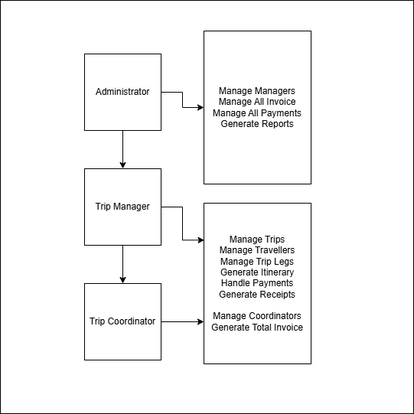
Above: diagrams/Use_Case_Diagram.png in FrankenSama/COM714-Travel-Managment-System-Assignment (draw.io), before the change. Source tidied: cells renumbered, new cells last; positions are measured from the earlier drawing's top-left corner, leaving out a move shared by most shapes.
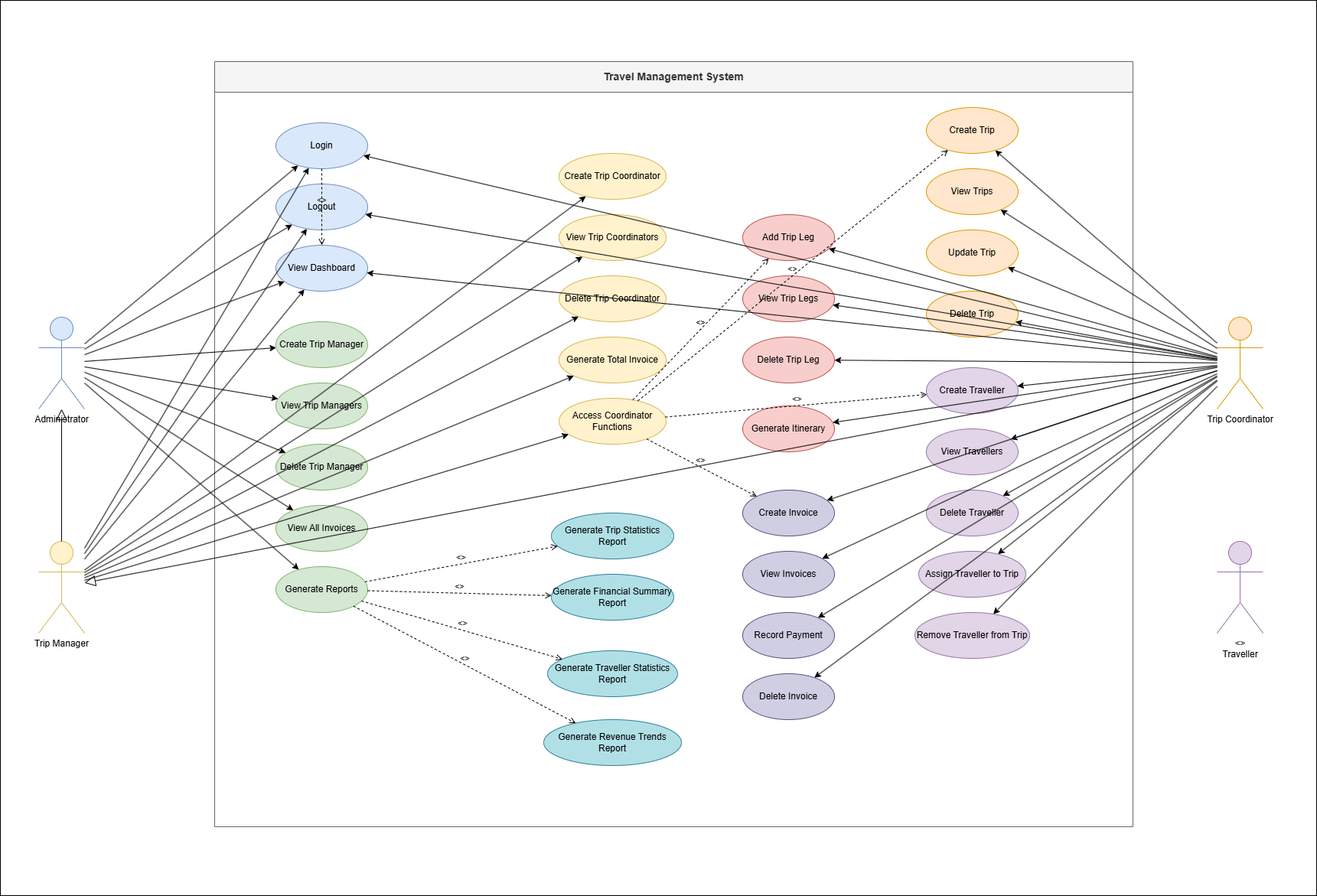
Above is the later version.

What changed in the source:
```diff
@@ -2,40 +2,266 @@
   <root>
     <mxCell id="0" />
     <mxCell id="1" parent="0" />
-    <mxCell id="2" style="whiteSpace=wrap;html=1;" parent="1" vertex="1">
-      <mxGeometry width="540" height="540" as="geometry" />
-    </mxCell>
-    <mxCell id="3" style="edgeStyle=orthogonalEdgeStyle;rounded=0;jettySize=auto;html=1;" parent="1" edge="1" source="4">
-      <mxGeometry relative="1" as="geometry">
-        <mxPoint x="266" y="420" as="targetPoint" />
-      </mxGeometry>
-    </mxCell>
+    <mxCell id="13" style="rounded=0;whiteSpace=wrap;html=1;" parent="1" vertex="1">
+      <mxGeometry x="146" y="110" width="1720" height="1170" as="geometry" />
+    </mxCell>
+    <mxCell id="14" value="Travel Management System" style="swimlane;whiteSpace=wrap;html=1;fillColor=#f5f5f5;strokeColor=#666666;fontColor=#333333;fontSize=14;fontStyle=1;startSize=40;" parent="1" vertex="1">
+      <mxGeometry x="426" y="190" width="1200" height="1000" as="geometry" />
+    </mxCell>
+    <mxCell id="15" value="Login" style="ellipse;whiteSpace=wrap;html=1;fillColor=#dae8fc;strokeColor=#6c8ebf;" parent="14" vertex="1">
+      <mxGeometry x="80" y="80" width="120" height="60" as="geometry" />
+    </mxCell>
+    <mxCell id="16" value="Logout" style="ellipse;whiteSpace=wrap;html=1;fillColor=#dae8fc;strokeColor=#6c8ebf;" parent="14" vertex="1">
+      <mxGeometry x="80" y="160" width="120" height="60" as="geometry" />
+    </mxCell>
+    <mxCell id="17" value="View Dashboard" style="ellipse;whiteSpace=wrap;html=1;fillColor=#dae8fc;strokeColor=#6c8ebf;" parent="14" vertex="1">
+      <mxGeometry x="80" y="240" width="120" height="60" as="geometry" />
+    </mxCell>
+    <mxCell id="18" value="Create Trip Manager" style="ellipse;whiteSpace=wrap;html=1;fillColor=#d5e8d4;strokeColor=#82b366;" parent="14" vertex="1">
+      <mxGeometry x="80" y="340" width="120" height="60" as="geometry" />
+    </mxCell>
+    <mxCell id="19" value="View Trip Managers" style="ellipse;whiteSpace=wrap;html=1;fillColor=#d5e8d4;strokeColor=#82b366;" parent="14" vertex="1">
+      <mxGeometry x="80" y="420" width="120" height="60" as="geometry" />
+    </mxCell>
+    <mxCell id="20" value="Delete Trip Manager" style="ellipse;whiteSpace=wrap;html=1;fillColor=#d5e8d4;strokeColor=#82b366;" parent="14" vertex="1">
+      <mxGeometry x="80" y="500" width="120" height="60" as="geometry" />
+    </mxCell>
+    <mxCell id="21" value="View All Invoices" style="ellipse;whiteSpace=wrap;html=1;fillColor=#d5e8d4;strokeColor=#82b366;" parent="14" vertex="1">
+      <mxGeometry x="80" y="580" width="120" height="60" as="geometry" />
+    </mxCell>
+    <mxCell id="22" value="Generate Reports" style="ellipse;whiteSpace=wrap;html=1;fillColor=#d5e8d4;strokeColor=#82b366;" parent="14" vertex="1">
+      <mxGeometry x="80" y="660" width="120" height="60" as="geometry" />
+    </mxCell>
+    <mxCell id="23" value="Create Trip Coordinator" style="ellipse;whiteSpace=wrap;html=1;fillColor=#fff2cc;strokeColor=#d6b656;" parent="14" vertex="1">
+      <mxGeometry x="450" y="120" width="140" height="60" as="geometry" />
+    </mxCell>
+    <mxCell id="24" value="View Trip Coordinators" style="ellipse;whiteSpace=wrap;html=1;fillColor=#fff2cc;strokeColor=#d6b656;" parent="14" vertex="1">
+      <mxGeometry x="450" y="200" width="140" height="60" as="geometry" />
+    </mxCell>
+    <mxCell id="25" value="Delete Trip Coordinator" style="ellipse;whiteSpace=wrap;html=1;fillColor=#fff2cc;strokeColor=#d6b656;" parent="14" vertex="1">
+      <mxGeometry x="450" y="280" width="140" height="60" as="geometry" />
+    </mxCell>
+    <mxCell id="26" value="Generate Total Invoice" style="ellipse;whiteSpace=wrap;html=1;fillColor=#fff2cc;strokeColor=#d6b656;" parent="14" vertex="1">
+      <mxGeometry x="450" y="360" width="140" height="60" as="geometry" />
+    </mxCell>
+    <mxCell id="27" value="Access Coordinator Functions" style="ellipse;whiteSpace=wrap;html=1;fillColor=#fff2cc;strokeColor=#d6b656;" parent="14" vertex="1">
+      <mxGeometry x="450" y="440" width="140" height="60" as="geometry" />
+    </mxCell>
+    <mxCell id="28" value="Create Trip" style="ellipse;whiteSpace=wrap;html=1;fillColor=#ffe6cc;strokeColor=#d79b00;" parent="14" vertex="1">
+      <mxGeometry x="930" y="60" width="120" height="60" as="geometry" />
+    </mxCell>
+    <mxCell id="29" value="View Trips" style="ellipse;whiteSpace=wrap;html=1;fillColor=#ffe6cc;strokeColor=#d79b00;" parent="14" vertex="1">
+      <mxGeometry x="930" y="140" width="120" height="60" as="geometry" />
+    </mxCell>
+    <mxCell id="30" value="Update Trip" style="ellipse;whiteSpace=wrap;html=1;fillColor=#ffe6cc;strokeColor=#d79b00;" parent="14" vertex="1">
+      <mxGeometry x="930" y="220" width="120" height="60" as="geometry" />
+    </mxCell>
+    <mxCell id="31" value="Delete Trip" style="ellipse;whiteSpace=wrap;html=1;fillColor=#ffe6cc;strokeColor=#d79b00;" parent="14" vertex="1">
+      <mxGeometry x="930" y="300" width="120" height="60" as="geometry" />
+    </mxCell>
+    <mxCell id="32" value="Create Traveller" style="ellipse;whiteSpace=wrap;html=1;fillColor=#e1d5e7;strokeColor=#9673a6;" parent="14" vertex="1">
+      <mxGeometry x="930" y="400" width="120" height="60" as="geometry" />
+    </mxCell>
+    <mxCell id="33" value="View Travellers" style="ellipse;whiteSpace=wrap;html=1;fillColor=#e1d5e7;strokeColor=#9673a6;" parent="14" vertex="1">
+      <mxGeometry x="930" y="480" width="120" height="60" as="geometry" />
+    </mxCell>
+    <mxCell id="34" value="Delete Traveller" style="ellipse;whiteSpace=wrap;html=1;fillColor=#e1d5e7;strokeColor=#9673a6;" parent="14" vertex="1">
+      <mxGeometry x="930" y="560" width="120" height="60" as="geometry" />
+    </mxCell>
+    <mxCell id="35" value="Assign Traveller to Trip" style="ellipse;whiteSpace=wrap;html=1;fillColor=#e1d5e7;strokeColor=#9673a6;" parent="14" vertex="1">
+      <mxGeometry x="920" y="640" width="140" height="60" as="geometry" />
+    </mxCell>
+    <mxCell id="36" value="Remove Traveller from Trip" style="ellipse;whiteSpace=wrap;html=1;fillColor=#e1d5e7;strokeColor=#9673a6;" parent="14" vertex="1">
+      <mxGeometry x="915" y="720" width="150" height="60" as="geometry" />
+    </mxCell>
+    <mxCell id="37" value="Add Trip Leg" style="ellipse;whiteSpace=wrap;html=1;fillColor=#f8cecc;strokeColor=#b85450;" parent="14" vertex="1">
+      <mxGeometry x="690" y="200" width="120" height="60" as="geometry" />
+    </mxCell>
+    <mxCell id="38" value="View Trip Legs" style="ellipse;whiteSpace=wrap;html=1;fillColor=#f8cecc;strokeColor=#b85450;" parent="14" vertex="1">
+      <mxGeometry x="690" y="280" width="120" height="60" as="geometry" />
+    </mxCell>
+    <mxCell id="39" value="Delete Trip Leg" style="ellipse;whiteSpace=wrap;html=1;fillColor=#f8cecc;strokeColor=#b85450;" parent="14" vertex="1">
+      <mxGeometry x="690" y="360" width="120" height="60" as="geometry" />
+    </mxCell>
+    <mxCell id="40" value="Generate Itinerary" style="ellipse;whiteSpace=wrap;html=1;fillColor=#f8cecc;strokeColor=#b85450;" parent="14" vertex="1">
+      <mxGeometry x="690" y="450" width="120" height="60" as="geometry" />
+    </mxCell>
+    <mxCell id="41" value="Create Invoice" style="ellipse;whiteSpace=wrap;html=1;fillColor=#d0cee2;strokeColor=#56517e;" parent="14" vertex="1">
+      <mxGeometry x="690" y="560" width="120" height="60" as="geometry" />
+    </mxCell>
+    <mxCell id="42" value="View Invoices" style="ellipse;whiteSpace=wrap;html=1;fillColor=#d0cee2;strokeColor=#56517e;" parent="14" vertex="1">
+      <mxGeometry x="690" y="640" width="120" height="60" as="geometry" />
+    </mxCell>
+    <mxCell id="43" value="Record Payment" style="ellipse;whiteSpace=wrap;html=1;fillColor=#d0cee2;strokeColor=#56517e;" parent="14" vertex="1">
+      <mxGeometry x="690" y="720" width="120" height="60" as="geometry" />
+    </mxCell>
+    <mxCell id="44" value="Delete Invoice" style="ellipse;whiteSpace=wrap;html=1;fillColor=#d0cee2;strokeColor=#56517e;" parent="14" vertex="1">
+      <mxGeometry x="690" y="800" width="120" height="60" as="geometry" />
+    </mxCell>
+    <mxCell id="45" value="Generate Trip Statistics Report" style="ellipse;whiteSpace=wrap;html=1;fillColor=#b0e0e6;strokeColor=#2e7d9a;" parent="14" vertex="1">
+      <mxGeometry x="440" y="590" width="160" height="60" as="geometry" />
+    </mxCell>
+    <mxCell id="46" value="Generate Financial Summary Report" style="ellipse;whiteSpace=wrap;html=1;fillColor=#b0e0e6;strokeColor=#2e7d9a;" parent="14" vertex="1">
+      <mxGeometry x="440" y="670" width="160" height="60" as="geometry" />
+    </mxCell>
+    <mxCell id="47" value="Generate Traveller Statistics Report" style="ellipse;whiteSpace=wrap;html=1;fillColor=#b0e0e6;strokeColor=#2e7d9a;" parent="14" vertex="1">
+      <mxGeometry x="435" y="770" width="170" height="60" as="geometry" />
+    </mxCell>
+    <mxCell id="48" value="Generate Revenue Trends Report" style="ellipse;whiteSpace=wrap;html=1;fillColor=#b0e0e6;strokeColor=#2e7d9a;" parent="14" vertex="1">
+      <mxGeometry x="430" y="860" width="180" height="60" as="geometry" />
+    </mxCell>
+    <mxCell id="10" value="Administrator" style="shape=umlActor;verticalLabelPosition=bottom;verticalAlign=top;html=1;outlineConnect=0;fillColor=#dae8fc;strokeColor=#6c8ebf;" parent="1" vertex="1">
+      <mxGeometry x="196" y="524" width="60" height="120" as="geometry" />
+    </mxCell>
+    <mxCell id="7" value="Trip Manager" style="shape=umlActor;verticalLabelPosition=bottom;verticalAlign=top;html=1;outlineConnect=0;fillColor=#fff2cc;strokeColor=#d6b656;" parent="1" vertex="1">
+      <mxGeometry x="196" y="817" width="60" height="120" as="geometry" />
+    </mxCell>
-    <mxCell id="4" value="Trip Coordinator" style="whiteSpace=wrap;html=1;" parent="1" vertex="1">
-      <mxGeometry x="110" y="370" width="100" height="100" as="geometry" />
+    <mxCell id="4" value="Trip Coordinator" style="shape=umlActor;verticalLabelPosition=bottom;verticalAlign=top;html=1;outlineConnect=0;fillColor=#ffe6cc;strokeColor=#d79b00;" parent="1" vertex="1">
+      <mxGeometry x="1736" y="524" width="60" height="120" as="geometry" />
     </mxCell>
-    <mxCell id="5" style="edgeStyle=orthogonalEdgeStyle;rounded=0;jettySize=auto;html=1;entryX=0.004;entryY=0.23;entryDx=0;entryDy=0;entryPerimeter=0;" parent="1" edge="1" source="7" target="12">
-      <mxGeometry relative="1" as="geometry" />
-    </mxCell>
-    <mxCell id="6" style="edgeStyle=orthogonalEdgeStyle;rounded=0;jettySize=auto;html=1;" parent="1" edge="1" source="7" target="4">
-      <mxGeometry relative="1" as="geometry" />
-    </mxCell>
-    <mxCell id="7" value="Trip Manager" style="whiteSpace=wrap;html=1;" parent="1" vertex="1">
-      <mxGeometry x="110" y="220" width="100" height="100" as="geometry" />
-    </mxCell>
-    <mxCell id="8" style="edgeStyle=orthogonalEdgeStyle;rounded=0;jettySize=auto;html=1;" parent="1" edge="1" source="10" target="11">
-      <mxGeometry relative="1" as="geometry" />
-    </mxCell>
-    <mxCell id="9" style="edgeStyle=orthogonalEdgeStyle;rounded=0;jettySize=auto;html=1;" parent="1" edge="1" source="10" target="7">
-      <mxGeometry relative="1" as="geometry" />
-    </mxCell>
-    <mxCell id="10" value="Administrator" style="whiteSpace=wrap;html=1;" parent="1" vertex="1">
-      <mxGeometry x="110" y="70" width="100" height="100" as="geometry" />
-    </mxCell>
-    <mxCell id="11" value="Manage Managers&lt;div&gt;Manage All Invoice&lt;/div&gt;&lt;div&gt;Manage All Payments&lt;/div&gt;&lt;div&gt;Generate Reports&lt;/div&gt;" style="whiteSpace=wrap;html=1;" parent="1" vertex="1">
-      <mxGeometry x="266" y="40" width="140" height="200" as="geometry" />
-    </mxCell>
-    <mxCell id="12" value="Manage Trips&lt;div&gt;Manage Travellers&lt;/div&gt;&lt;div&gt;Manage Trip Legs&lt;/div&gt;&lt;div&gt;Generate Itinerary&lt;/div&gt;&lt;div&gt;Handle Payments&lt;/div&gt;&lt;div&gt;Generate Receipts&lt;/div&gt;&lt;div&gt;&lt;br&gt;&lt;/div&gt;&lt;div&gt;Manage Coordinators&lt;/div&gt;&lt;div&gt;Generate Total Invoice&lt;/div&gt;" style="whiteSpace=wrap;html=1;" parent="1" vertex="1">
-      <mxGeometry x="266" y="265" width="140" height="210" as="geometry" />
-    </mxCell>
+    <mxCell id="49" value="&lt;&lt;Secondary&gt;&gt;&#10;Traveller" style="shape=umlActor;verticalLabelPosition=bottom;verticalAlign=top;html=1;fillColor=#e1d5e7;strokeColor=#9673a6;" parent="1" vertex="1">
+      <mxGeometry x="1736" y="817" width="60" height="120" as="geometry" />
+    </mxCell>
+    <mxCell id="50" parent="1" edge="1" source="10" target="15">
+      <mxGeometry relative="1" as="geometry" />
+    </mxCell>
+    <mxCell id="51" parent="1" edge="1" source="10" target="16">
+      <mxGeometry relative="1" as="geometry" />
+    </mxCell>
+    <mxCell id="52" parent="1" edge="1" source="10" target="17">
+      <mxGeometry relative="1" as="geometry" />
+    </mxCell>
+    <mxCell id="53" parent="1" edge="1" source="10" target="18">
+      <mxGeometry relative="1" as="geometry" />
+    </mxCell>
+    <mxCell id="54" parent="1" edge="1" source="10" target="19">
+      <mxGeometry relative="1" as="geometry" />
+    </mxCell>
+    <mxCell id="55" parent="1" edge="1" source="10" target="20">
+      <mxGeometry relative="1" as="geometry" />
+    </mxCell>
+    <mxCell id="56" parent="1" edge="1" source="10" target="21">
+      <mxGeometry relative="1" as="geometry" />
+    </mxCell>
+    <mxCell id="57" parent="1" edge="1" source="10" target="22">
+      <mxGeometry relative="1" as="geometry" />
+    </mxCell>
+    <mxCell id="58" parent="1" edge="1" source="7" target="15">
+      <mxGeometry relative="1" as="geometry" />
+    </mxCell>
+    <mxCell id="59" parent="1" edge="1" source="7" target="16">
+      <mxGeometry relative="1" as="geometry" />
+    </mxCell>
+    <mxCell id="60" parent="1" edge="1" source="7" target="17">
+      <mxGeometry relative="1" as="geometry" />
+    </mxCell>
+    <mxCell id="61" parent="1" edge="1" source="7" target="23">
+      <mxGeometry relative="1" as="geometry" />
+    </mxCell>
+    <mxCell id="62" parent="1" edge="1" source="7" target="24">
+      <mxGeometry relative="1" as="geometry" />
+    </mxCell>
+    <mxCell id="63" parent="1" edge="1" source="7" target="25">
+      <mxGeometry relative="1" as="geometry" />
+    </mxCell>
+    <mxCell id="64" parent="1" edge="1" source="7" target="26">
+      <mxGeometry relative="1" as="geometry" />
+    </mxCell>
+    <mxCell id="65" parent="1" edge="1" source="7" target="27">
+      <mxGeometry relative="1" as="geometry" />
+    </mxCell>
+    <mxCell id="66" parent="1" edge="1" source="4" target="15">
+      <mxGeometry relative="1" as="geometry" />
+    </mxCell>
+    <mxCell id="67" parent="1" edge="1" source="4" target="16">
+      <mxGeometry relative="1" as="geometry" />
+    </mxCell>
+    <mxCell id="68" parent="1" edge="1" source="4" target="17">
+      <mxGeometry relative="1" as="geometry" />
+    </mxCell>
+    <mxCell id="69" parent="1" edge="1" source="4" target="28">
+      <mxGeometry relative="1" as="geometry" />
+    </mxCell>
+    <mxCell id="70" parent="1" edge="1" source="4" target="29">
+      <mxGeometry relative="1" as="geometry" />
+    </mxCell>
+    <mxCell id="71" parent="1" edge="1" source="4" target="30">
+      <mxGeometry relative="1" as="geometry" />
+    </mxCell>
+    <mxCell id="72" parent="1" edge="1" source="4" target="31">
+      <mxGeometry relative="1" as="geometry" />
+    </mxCell>
+    <mxCell id="73" parent="1" edge="1" source="4" target="32">
+      <mxGeometry relative="1" as="geometry" />
+    </mxCell>
+    <mxCell id="74" parent="1" edge="1" source="4" target="33">
+      <mxGeometry relative="1" as="geometry" />
+    </mxCell>
+    <mxCell id="75" parent="1" edge="1" source="4" target="34">
+      <mxGeometry relative="1" as="geometry" />
+    </mxCell>
+    <mxCell id="76" parent="1" edge="1" source="4" target="35">
+      <mxGeometry relative="1" as="geometry" />
+    </mxCell>
+    <mxCell id="77" parent="1" edge="1" source="4" target="36">
+      <mxGeometry relative="1" as="geometry" />
+    </mxCell>
+    <mxCell id="78" parent="1" edge="1" source="4" target="37">
+      <mxGeometry relative="1" as="geometry" />
+    </mxCell>
+    <mxCell id="79" parent="1" edge="1" source="4" target="38">
+      <mxGeometry relative="1" as="geometry" />
+    </mxCell>
+    <mxCell id="80" parent="1" edge="1" source="4" target="39">
+      <mxGeometry relative="1" as="geometry" />
+    </mxCell>
+    <mxCell id="81" parent="1" edge="1" source="4" target="40">
+      <mxGeometry relative="1" as="geometry" />
+    </mxCell>
+    <mxCell id="82" parent="1" edge="1" source="4" target="41">
+      <mxGeometry relative="1" as="geometry" />
+    </mxCell>
+    <mxCell id="83" parent="1" edge="1" source="4" target="42">
+      <mxGeometry relative="1" as="geometry" />
+    </mxCell>
+    <mxCell id="84" parent="1" edge="1" source="4" target="43">
+      <mxGeometry relative="1" as="geometry" />
+    </mxCell>
+    <mxCell id="85" parent="1" edge="1" source="4" target="44">
+      <mxGeometry relative="1" as="geometry" />
+    </mxCell>
+    <mxCell id="86" value="&lt;&lt;include&gt;&gt;" style="edgeStyle=none;html=1;endArrow=open;verticalAlign=bottom;dashed=1;labelBackgroundColor=none;endFill=0;" parent="1" edge="1" source="15" target="17">
+      <mxGeometry relative="1" as="geometry" />
+    </mxCell>
+    <mxCell id="87" value="&lt;&lt;include&gt;&gt;" style="edgeStyle=none;html=1;endArrow=open;verticalAlign=bottom;dashed=1;labelBackgroundColor=none;endFill=0;" parent="1" edge="1" source="22" target="45">
+      <mxGeometry relative="1" as="geometry" />
+    </mxCell>
+    <mxCell id="88" value="&lt;&lt;include&gt;&gt;" style="edgeStyle=none;html=1;endArrow=open;verticalAlign=bottom;dashed=1;labelBackgroundColor=none;endFill=0;" parent="1" edge="1" source="22" target="46">
+      <mxGeometry relative="1" as="geometry" />
+    </mxCell>
+    <mxCell id="89" value="&lt;&lt;include&gt;&gt;" style="edgeStyle=none;html=1;endArrow=open;verticalAlign=bottom;dashed=1;labelBackgroundColor=none;endFill=0;" parent="1" edge="1" source="22" target="47">
+      <mxGeometry relative="1" as="geometry" />
+    </mxCell>
+    <mxCell id="90" value="&lt;&lt;include&gt;&gt;" style="edgeStyle=none;html=1;endArrow=open;verticalAlign=bottom;dashed=1;labelBackgroundColor=none;endFill=0;" parent="1" edge="1" source="22" target="48">
+      <mxGeometry relative="1" as="geometry" />
+    </mxCell>
+    <mxCell id="91" value="&lt;&lt;include&gt;&gt;" style="edgeStyle=none;html=1;endArrow=open;verticalAlign=bottom;dashed=1;labelBackgroundColor=none;endFill=0;" parent="1" edge="1" source="27" target="28">
+      <mxGeometry relative="1" as="geometry" />
+    </mxCell>
+    <mxCell id="92" value="&lt;&lt;include&gt;&gt;" style="edgeStyle=none;html=1;endArrow=open;verticalAlign=bottom;dashed=1;labelBackgroundColor=none;endFill=0;" parent="1" edge="1" source="27" target="32">
+      <mxGeometry relative="1" as="geometry" />
+    </mxCell>
+    <mxCell id="93" value="&lt;&lt;include&gt;&gt;" style="edgeStyle=none;html=1;endArrow=open;verticalAlign=bottom;dashed=1;labelBackgroundColor=none;endFill=0;" parent="1" edge="1" source="27" target="37">
+      <mxGeometry relative="1" as="geometry" />
+    </mxCell>
+    <mxCell id="94" value="&lt;&lt;include&gt;&gt;" style="edgeStyle=none;html=1;endArrow=open;verticalAlign=bottom;dashed=1;labelBackgroundColor=none;endFill=0;" parent="1" edge="1" source="27" target="41">
+      <mxGeometry relative="1" as="geometry" />
+    </mxCell>
+    <mxCell id="95" style="edgeStyle=none;html=1;endArrow=block;endFill=0;endSize=12;verticalAlign=bottom;" parent="1" edge="1" source="7" target="10">
+      <mxGeometry relative="1" as="geometry" />
+    </mxCell>
+    <mxCell id="96" style="edgeStyle=none;html=1;endArrow=block;endFill=0;endSize=12;verticalAlign=bottom;" parent="1" edge="1" source="4" target="7">
+      <mxGeometry relative="1" as="geometry" />
+    </mxCell>
   </root>
 </mxGraphModel>
```
